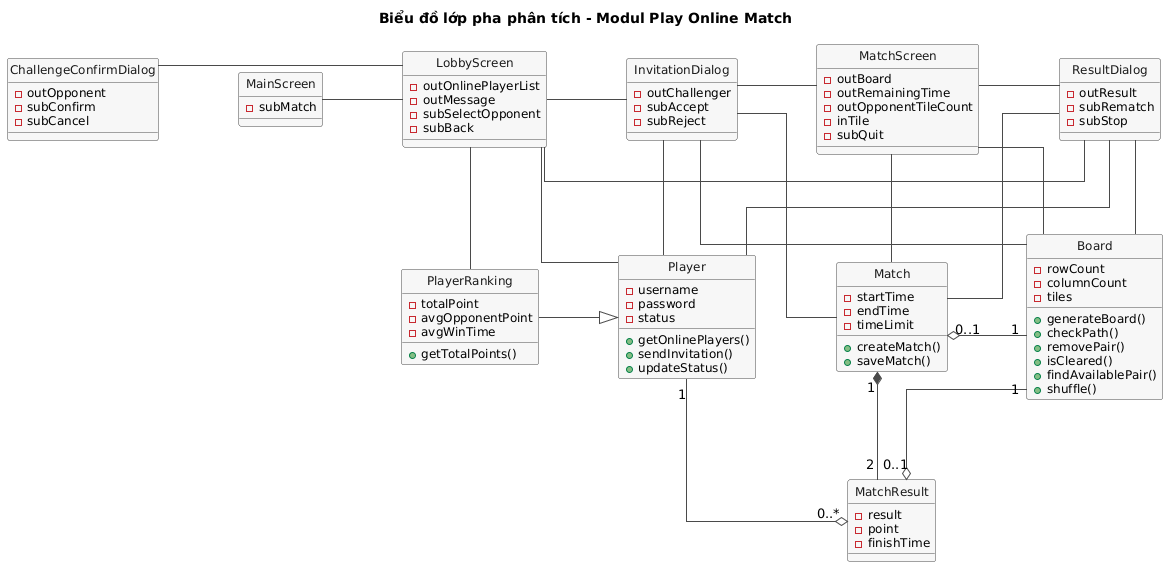
This is docs/uml/pha2/class-analysis-m4.png from VattenL/mobile-pikachu, a PlantUML export, as it was before one commit.
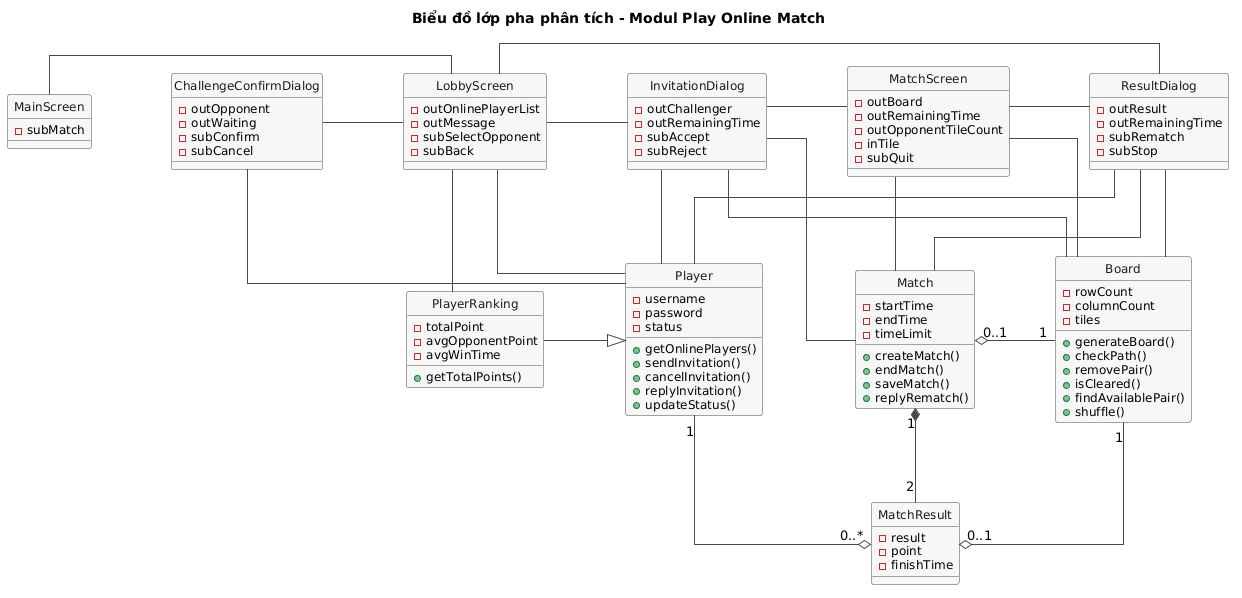
After the commit.

What changed in the source:
```diff
@@ -28,12 +28,14 @@
 
 class ChallengeConfirmDialog {
   - outOpponent
+  - outWaiting
   - subConfirm
   - subCancel
 }
 
 class InvitationDialog {
   - outChallenger
+  - outRemainingTime
   - subAccept
   - subReject
 }
@@ -48,6 +50,7 @@
 
 class ResultDialog {
   - outResult
+  - outRemainingTime
   - subRematch
   - subStop
 }
@@ -58,6 +61,8 @@
   - status
   + getOnlinePlayers()
   + sendInvitation()
+  + cancelInvitation()
+  + replyInvitation()
   + updateStatus()
 }
 
@@ -85,7 +90,9 @@
   - endTime
   - timeLimit
   + createMatch()
+  + endMatch()
   + saveMatch()
+  + replyRematch()
 }
 
 class MatchResult {
@@ -103,6 +110,7 @@
 
 LobbyScreen -down- Player
 LobbyScreen -down- PlayerRanking
+ChallengeConfirmDialog -down- Player
 InvitationDialog -down- Board
 InvitationDialog -down- Match
 InvitationDialog -down- Player
```
